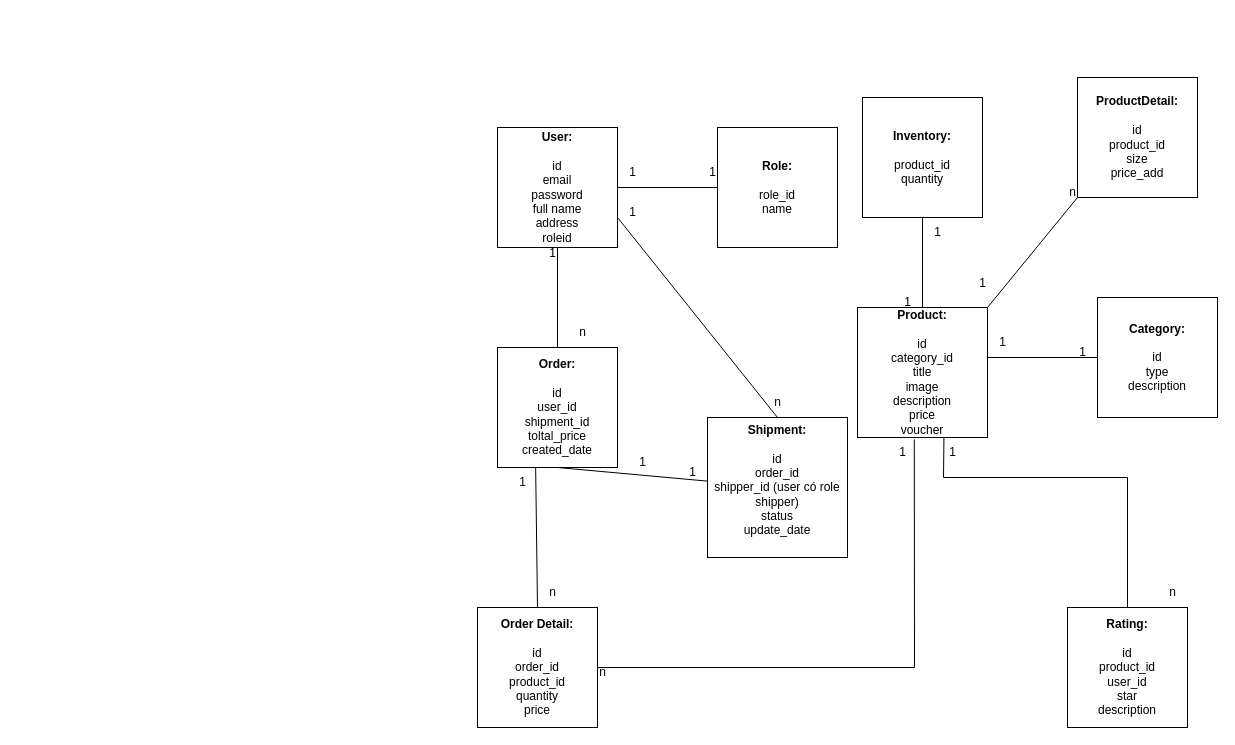
The draw.io diagram shoeshop.drawio in binh1922004/preTest, before the edit. Source tidied: cells renumbered, new cells numbered last; positions are measured from the earlier drawing's top-left corner, leaving out a move shared by most shapes. Both pictures are drawn from the tidied source at 100%, with x=0, y=0 at pixel (477, 77).
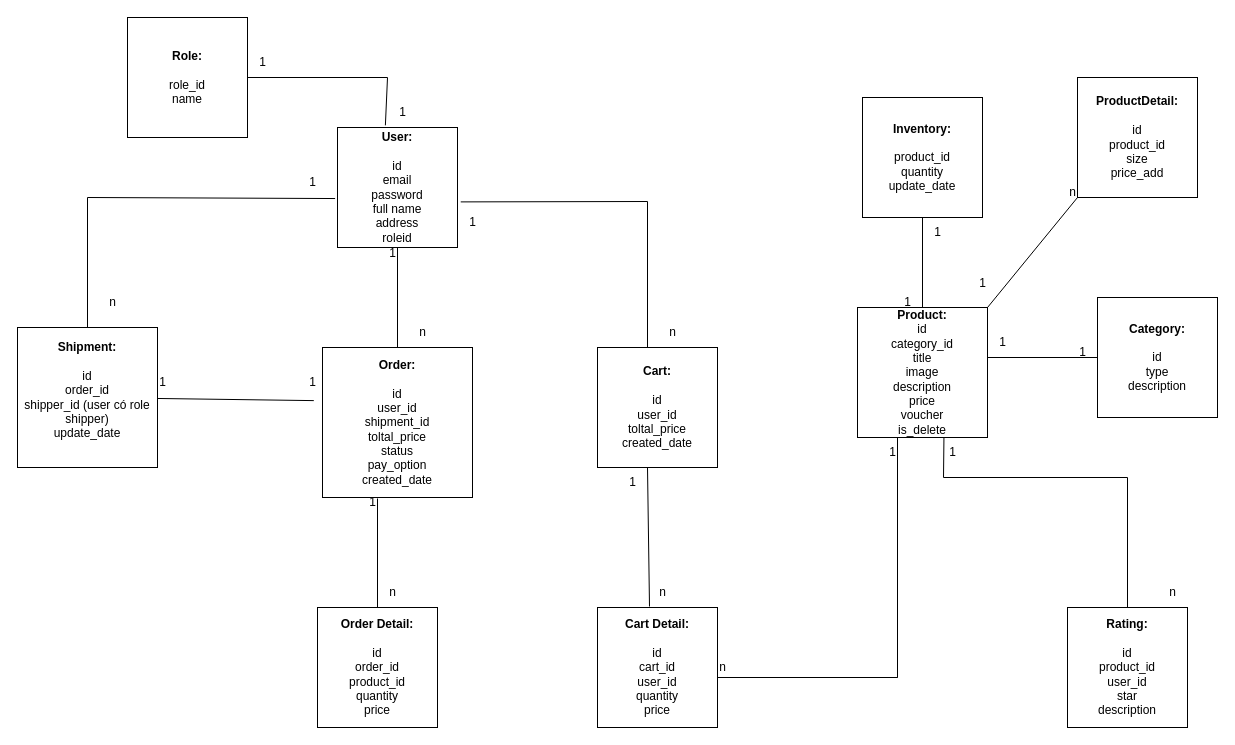
After the change.

What changed in the source:
```diff
@@
     <mxCell id="2" value="&lt;b&gt;User:&lt;/b&gt;&lt;div&gt;&lt;br&gt;&lt;/div&gt;&lt;div&gt;id&lt;/div&gt;&lt;div&gt;email&lt;/div&gt;&lt;div&gt;password&lt;/div&gt;&lt;div&gt;full name&lt;/div&gt;&lt;div&gt;address&lt;/div&gt;&lt;div&gt;roleid&lt;/div&gt;" style="whiteSpace=wrap;html=1;" parent="1" vertex="1">
-      <mxGeometry x="20" y="50" width="120" height="120" as="geometry" />
+      <mxGeometry x="-140" y="50" width="120" height="120" as="geometry" />
     </mxCell>
     <mxCell id="3" value="&lt;b&gt;Role:&lt;/b&gt;&lt;div&gt;&lt;br&gt;&lt;/div&gt;&lt;div&gt;role_id&lt;/div&gt;&lt;div&gt;name&lt;/div&gt;" style="whiteSpace=wrap;html=1;" parent="1" vertex="1">
-      <mxGeometry x="240" y="50" width="120" height="120" as="geometry" />
+      <mxGeometry x="-350" y="-60" width="120" height="120" as="geometry" />
     </mxCell>
-    <mxCell id="4" value="&lt;b&gt;Order:&lt;/b&gt;&lt;div&gt;&lt;br&gt;&lt;/div&gt;&lt;div&gt;id&lt;/div&gt;&lt;div&gt;user_id&lt;/div&gt;&lt;div&gt;shipment_id&lt;/div&gt;&lt;div&gt;toltal_price&lt;/div&gt;&lt;div&gt;created_date&lt;/div&gt;" style="whiteSpace=wrap;html=1;" parent="1" vertex="1">
-      <mxGeometry x="20" y="270" width="120" height="120" as="geometry" />
+    <mxCell id="4" value="&lt;b&gt;Order:&lt;/b&gt;&lt;div&gt;&lt;br&gt;&lt;/div&gt;&lt;div&gt;id&lt;/div&gt;&lt;div&gt;user_id&lt;/div&gt;&lt;div&gt;shipment_id&lt;/div&gt;&lt;div&gt;toltal_price&lt;/div&gt;&lt;div&gt;status&lt;/div&gt;&lt;div&gt;pay_option&lt;/div&gt;&lt;div&gt;created_date&lt;/div&gt;" style="whiteSpace=wrap;html=1;" parent="1" vertex="1">
+      <mxGeometry x="-155" y="270" width="150" height="150" as="geometry" />
     </mxCell>
-    <mxCell id="5" value="&lt;b&gt;Product:&lt;/b&gt;&lt;div&gt;&lt;br&gt;&lt;/div&gt;&lt;div&gt;id&lt;/div&gt;&lt;div&gt;category_id&lt;/div&gt;&lt;div&gt;title&lt;/div&gt;&lt;div&gt;image&lt;/div&gt;&lt;div&gt;description&lt;/div&gt;&lt;div&gt;price&lt;/div&gt;&lt;div&gt;voucher&lt;/div&gt;" style="whiteSpace=wrap;html=1;" parent="1" vertex="1">
+    <mxCell id="5" value="&lt;b&gt;Product:&lt;/b&gt;&lt;div&gt;id&lt;/div&gt;&lt;div&gt;category_id&lt;/div&gt;&lt;div&gt;title&lt;/div&gt;&lt;div&gt;image&lt;/div&gt;&lt;div&gt;description&lt;/div&gt;&lt;div&gt;price&lt;/div&gt;&lt;div&gt;voucher&lt;/div&gt;&lt;div&gt;is_delete&lt;/div&gt;" style="whiteSpace=wrap;html=1;" parent="1" vertex="1">
       <mxGeometry x="380" y="230" width="130" height="130" as="geometry" />
     </mxCell>
@@
     <mxCell id="7" value="&lt;b&gt;Order Detail:&lt;/b&gt;&lt;div&gt;&lt;br&gt;&lt;/div&gt;&lt;div&gt;id&lt;/div&gt;&lt;div&gt;order_id&lt;/div&gt;&lt;div&gt;product_id&lt;/div&gt;&lt;div&gt;quantity&lt;/div&gt;&lt;div&gt;price&lt;/div&gt;" style="whiteSpace=wrap;html=1;" parent="1" vertex="1">
-      <mxGeometry y="530" width="120" height="120" as="geometry" />
+      <mxGeometry x="-160" y="530" width="120" height="120" as="geometry" />
     </mxCell>
-    <mxCell id="8" value="&lt;b&gt;Inventory:&lt;/b&gt;&lt;div&gt;&lt;br&gt;&lt;/div&gt;&lt;div&gt;product_id&lt;/div&gt;&lt;div&gt;quantity&lt;/div&gt;" style="whiteSpace=wrap;html=1;" parent="1" vertex="1">
+    <mxCell id="8" value="&lt;b&gt;Inventory:&lt;/b&gt;&lt;div&gt;&lt;br&gt;&lt;/div&gt;&lt;div&gt;product_id&lt;/div&gt;&lt;div&gt;quantity&lt;/div&gt;&lt;div&gt;update_date&lt;/div&gt;" style="whiteSpace=wrap;html=1;" parent="1" vertex="1">
       <mxGeometry x="385" y="20" width="120" height="120" as="geometry" />
     </mxCell>
@@
-    <mxCell id="10" value="&lt;b&gt;Shipment:&lt;/b&gt;&lt;div&gt;&lt;br&gt;&lt;/div&gt;&lt;div&gt;id&lt;/div&gt;&lt;div&gt;order_id&lt;/div&gt;&lt;div&gt;shipper_id (user có role shipper)&lt;/div&gt;&lt;div&gt;status&lt;/div&gt;&lt;div&gt;update_date&lt;/div&gt;&lt;div&gt;&lt;br&gt;&lt;/div&gt;" style="whiteSpace=wrap;html=1;" parent="1" vertex="1">
-      <mxGeometry x="230" y="340" width="140" height="140" as="geometry" />
+    <mxCell id="10" value="&lt;b&gt;Shipment:&lt;/b&gt;&lt;div&gt;&lt;br&gt;&lt;/div&gt;&lt;div&gt;id&lt;/div&gt;&lt;div&gt;order_id&lt;/div&gt;&lt;div&gt;shipper_id (user có role shipper)&lt;/div&gt;&lt;div&gt;&lt;span style=&quot;background-color: initial;&quot;&gt;update_date&lt;/span&gt;&lt;/div&gt;&lt;div&gt;&lt;br&gt;&lt;/div&gt;" style="whiteSpace=wrap;html=1;" parent="1" vertex="1">
+      <mxGeometry x="-460" y="250" width="140" height="140" as="geometry" />
     </mxCell>
-    <mxCell id="11" style="endArrow=none;html=1;rounded=0;entryX=1;entryY=0.5;entryDx=0;entryDy=0;exitX=0;exitY=0.5;exitDx=0;exitDy=0;" parent="1" edge="1" source="3" target="2">
-      <mxGeometry relative="1" as="geometry" />
+    <mxCell id="11" style="endArrow=none;html=1;rounded=0;entryX=0.399;entryY=-0.018;entryDx=0;entryDy=0;exitX=1;exitY=0.5;exitDx=0;exitDy=0;entryPerimeter=0;" parent="1" edge="1" source="3" target="2">
+      <mxGeometry relative="1" as="geometry">
+        <Array as="points">
+          <mxPoint x="-90" />
+        </Array>
+      </mxGeometry>
     </mxCell>
     <mxCell id="12" style="endArrow=none;html=1;rounded=0;entryX=1;entryY=0.5;entryDx=0;entryDy=0;exitX=0.5;exitY=0;exitDx=0;exitDy=0;" parent="1" edge="1" source="4">
       <mxGeometry relative="1" as="geometry">
-        <mxPoint x="80" y="170" as="targetPoint" />
+        <mxPoint x="-80" y="170" as="targetPoint" />
       </mxGeometry>
     </mxCell>
-    <mxCell id="13" style="endArrow=none;html=1;rounded=0;entryX=0.5;entryY=0;entryDx=0;entryDy=0;exitX=0.318;exitY=1.005;exitDx=0;exitDy=0;exitPerimeter=0;" parent="1" edge="1" source="4" target="7">
-      <mxGeometry relative="1" as="geometry" />
+    <mxCell id="13" style="endArrow=none;html=1;rounded=0;entryX=0.5;entryY=0;entryDx=0;entryDy=0;" parent="1" edge="1" target="7">
+      <mxGeometry relative="1" as="geometry">
+        <mxPoint x="-100" y="421" as="sourcePoint" />
+      </mxGeometry>
     </mxCell>
-    <mxCell id="14" style="endArrow=none;html=1;rounded=0;exitX=0.5;exitY=1;exitDx=0;exitDy=0;" parent="1" edge="1" source="4" target="10">
+    <mxCell id="14" style="endArrow=none;html=1;rounded=0;exitX=0.544;exitY=1.104;exitDx=0;exitDy=0;exitPerimeter=0;" parent="1" edge="1" source="24" target="10">
       <mxGeometry relative="1" as="geometry" />
     </mxCell>
@@
-    <mxCell id="18" style="endArrow=none;html=1;rounded=0;exitX=1;exitY=0.75;exitDx=0;exitDy=0;entryX=0.5;entryY=0;entryDx=0;entryDy=0;" parent="1" edge="1" source="2" target="10">
-      <mxGeometry relative="1" as="geometry" />
+    <mxCell id="18" style="endArrow=none;html=1;rounded=0;exitX=-0.02;exitY=0.592;exitDx=0;exitDy=0;entryX=0.5;entryY=0;entryDx=0;entryDy=0;exitPerimeter=0;" parent="1" edge="1" source="2" target="10">
+      <mxGeometry relative="1" as="geometry">
+        <Array as="points">
+          <mxPoint x="-390" y="120" />
+        </Array>
+      </mxGeometry>
     </mxCell>
     <mxCell id="19" value="1" style="text;html=1;align=center;verticalAlign=middle;strokeColor=none;fillColor=none;" parent="1" vertex="1">
-      <mxGeometry x="140" y="80" width="30" height="30" as="geometry" />
+      <mxGeometry x="-90" y="20" width="30" height="30" as="geometry" />
     </mxCell>
     <mxCell id="20" value="1" style="text;html=1;align=center;verticalAlign=middle;strokeColor=none;fillColor=none;" parent="1" vertex="1">
-      <mxGeometry x="220" y="80" width="30" height="30" as="geometry" />
+      <mxGeometry x="-230" y="-30" width="30" height="30" as="geometry" />
     </mxCell>
     <mxCell id="21" value="1" style="text;html=1;align=center;verticalAlign=middle;strokeColor=none;fillColor=none;" parent="1" vertex="1">
-      <mxGeometry x="60" y="161" width="30" height="30" as="geometry" />
+      <mxGeometry x="-100" y="161" width="30" height="30" as="geometry" />
     </mxCell>
     <mxCell id="22" value="1" style="text;html=1;align=center;verticalAlign=middle;strokeColor=none;fillColor=none;" parent="1" vertex="1">
-      <mxGeometry x="150" y="370" width="30" height="30" as="geometry" />
+      <mxGeometry x="-330" y="290" width="30" height="30" as="geometry" />
     </mxCell>
@@
     <mxCell id="24" value="1" style="text;html=1;align=center;verticalAlign=middle;points=[];strokeColor=none;fillColor=none;" parent="1" vertex="1">
-      <mxGeometry x="200" y="380" width="30" height="30" as="geometry" />
+      <mxGeometry x="-180" y="290" width="30" height="30" as="geometry" />
     </mxCell>
     <mxCell id="25" value="1" style="text;html=1;align=center;verticalAlign=middle;strokeColor=none;fillColor=none;" parent="1" vertex="1">
-      <mxGeometry x="30" y="390" width="30" height="30" as="geometry" />
+      <mxGeometry x="-120" y="410" width="30" height="30" as="geometry" />
     </mxCell>
@@
     <mxCell id="31" value="n" style="text;html=1;align=center;verticalAlign=middle;strokeColor=none;fillColor=none;" parent="1" vertex="1">
-      <mxGeometry x="60" y="500" width="30" height="30" as="geometry" />
+      <mxGeometry x="-100" y="500" width="30" height="30" as="geometry" />
     </mxCell>
     <mxCell id="32" value="n" style="text;html=1;align=center;verticalAlign=middle;strokeColor=none;fillColor=none;" parent="1" vertex="1">
-      <mxGeometry x="90" y="240" width="30" height="30" as="geometry" />
+      <mxGeometry x="-70" y="240" width="30" height="30" as="geometry" />
     </mxCell>
     <mxCell id="33" value="1" style="text;html=1;align=center;verticalAlign=middle;strokeColor=none;fillColor=none;" parent="1" vertex="1">
-      <mxGeometry x="140" y="120" width="30" height="30" as="geometry" />
+      <mxGeometry x="-180" y="90" width="30" height="30" as="geometry" />
     </mxCell>
-    <mxCell id="34" style="endArrow=none;html=1;rounded=0;exitX=1;exitY=0.5;exitDx=0;exitDy=0;entryX=0.437;entryY=1.015;entryDx=0;entryDy=0;entryPerimeter=0;" parent="1" edge="1" source="7" target="5">
-      <mxGeometry relative="1" as="geometry">
-        <Array as="points">
-          <mxPoint x="437" y="590" />
-        </Array>
-      </mxGeometry>
-    </mxCell>
-    <mxCell id="35" value="1" style="text;html=1;align=center;verticalAlign=middle;strokeColor=none;fillColor=none;" parent="1" vertex="1">
-      <mxGeometry x="410" y="360" width="30" height="30" as="geometry" />
-    </mxCell>
-    <mxCell id="36" value="n" style="text;html=1;align=center;verticalAlign=middle;strokeColor=none;fillColor=none;" parent="1" vertex="1">
-      <mxGeometry x="110" y="580" width="30" height="30" as="geometry" />
-    </mxCell>
@@
     <mxCell id="38" value="n" style="text;html=1;align=center;verticalAlign=middle;strokeColor=none;fillColor=none;" parent="1" vertex="1">
-      <mxGeometry x="285" y="310" width="30" height="30" as="geometry" />
+      <mxGeometry x="-380" y="210" width="30" height="30" as="geometry" />
     </mxCell>
@@
+    <mxCell id="42" value="&lt;b&gt;Cart:&lt;/b&gt;&lt;div&gt;&lt;br&gt;&lt;/div&gt;&lt;div&gt;id&lt;/div&gt;&lt;div&gt;user_id&lt;/div&gt;&lt;div&gt;toltal_price&lt;/div&gt;&lt;div&gt;created_date&lt;/div&gt;" style="whiteSpace=wrap;html=1;" parent="1" vertex="1">
+      <mxGeometry x="120" y="270" width="120" height="120" as="geometry" />
+    </mxCell>
+    <mxCell id="43" value="&lt;b&gt;Cart Detail:&lt;/b&gt;&lt;div&gt;&lt;br&gt;&lt;/div&gt;&lt;div&gt;id&lt;/div&gt;&lt;div&gt;cart_id&lt;/div&gt;&lt;div&gt;user_id&lt;/div&gt;&lt;div&gt;quantity&lt;/div&gt;&lt;div&gt;price&lt;/div&gt;" style="whiteSpace=wrap;html=1;" parent="1" vertex="1">
+      <mxGeometry x="120" y="530" width="120" height="120" as="geometry" />
+    </mxCell>
+    <mxCell id="44" style="endArrow=none;html=1;rounded=0;entryX=0.5;entryY=0;entryDx=0;entryDy=0;exitX=0.318;exitY=1.005;exitDx=0;exitDy=0;exitPerimeter=0;" parent="1" edge="1">
+      <mxGeometry relative="1" as="geometry">
+        <mxPoint x="170" y="390" as="sourcePoint" />
+        <mxPoint x="172" y="529" as="targetPoint" />
+      </mxGeometry>
+    </mxCell>
+    <mxCell id="45" value="1" style="text;html=1;align=center;verticalAlign=middle;strokeColor=none;fillColor=none;" parent="1" vertex="1">
+      <mxGeometry x="140" y="390" width="30" height="30" as="geometry" />
+    </mxCell>
+    <mxCell id="46" value="n" style="text;html=1;align=center;verticalAlign=middle;strokeColor=none;fillColor=none;" parent="1" vertex="1">
+      <mxGeometry x="170" y="500" width="30" height="30" as="geometry" />
+    </mxCell>
+    <mxCell id="47" style="endArrow=none;html=1;rounded=0;exitX=0.5;exitY=0;exitDx=0;exitDy=0;entryX=1.027;entryY=0.62;entryDx=0;entryDy=0;entryPerimeter=0;" parent="1" edge="1" target="2">
+      <mxGeometry relative="1" as="geometry">
+        <mxPoint x="170" y="270" as="sourcePoint" />
+        <Array as="points">
+          <mxPoint x="170" y="124" />
+        </Array>
+      </mxGeometry>
+    </mxCell>
+    <mxCell id="48" value="1" style="text;html=1;align=center;verticalAlign=middle;strokeColor=none;fillColor=none;" parent="1" vertex="1">
+      <mxGeometry x="-20" y="130" width="30" height="30" as="geometry" />
+    </mxCell>
+    <mxCell id="49" value="n" style="text;html=1;align=center;verticalAlign=middle;strokeColor=none;fillColor=none;" parent="1" vertex="1">
+      <mxGeometry x="180" y="240" width="30" height="30" as="geometry" />
+    </mxCell>
+    <mxCell id="50" style="endArrow=none;html=1;rounded=0;exitX=0.318;exitY=1.005;exitDx=0;exitDy=0;exitPerimeter=0;" parent="1" edge="1">
+      <mxGeometry relative="1" as="geometry">
+        <mxPoint x="420" y="360" as="sourcePoint" />
+        <mxPoint x="420" y="600" as="targetPoint" />
+        <Array as="points">
+          <mxPoint x="420" y="600" />
+          <mxPoint x="240" y="600" />
+        </Array>
+      </mxGeometry>
+    </mxCell>
+    <mxCell id="51" value="1" style="text;html=1;align=center;verticalAlign=middle;strokeColor=none;fillColor=none;" parent="1" vertex="1">
+      <mxGeometry x="400" y="360" width="30" height="30" as="geometry" />
+    </mxCell>
+    <mxCell id="52" value="n" style="text;html=1;align=center;verticalAlign=middle;strokeColor=none;fillColor=none;" parent="1" vertex="1">
+      <mxGeometry x="230" y="575" width="30" height="30" as="geometry" />
+    </mxCell>
```
